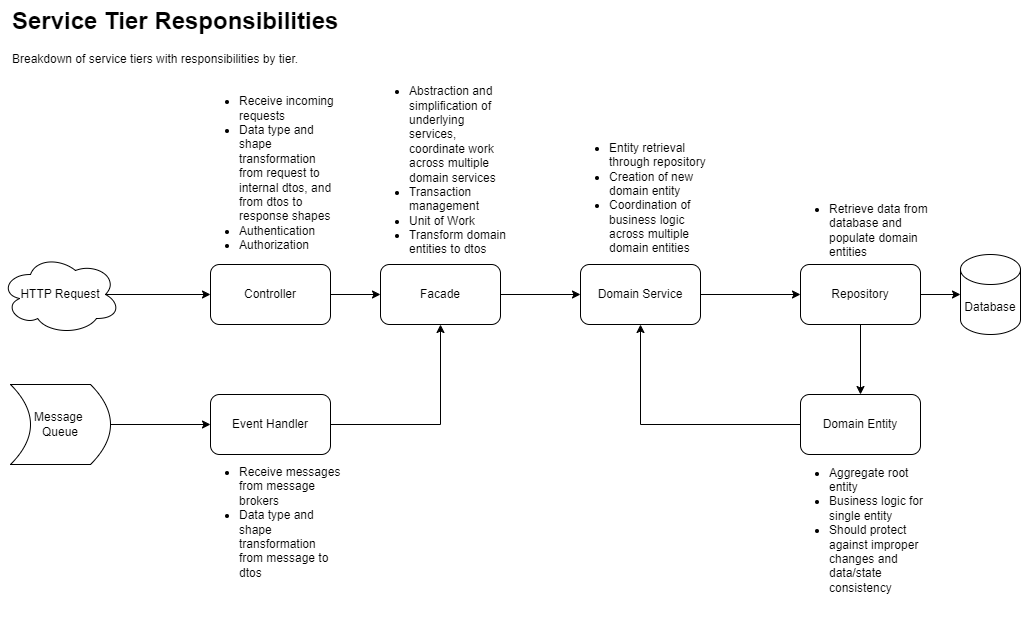
cortside/drawio keeps this draw.io diagram as Untitled Diagram.drawio.png. Above is the earlier version. Source tidied: cells renumbered, new cells last; positions are measured from the earlier drawing's top-left corner, leaving out a move shared by most shapes.
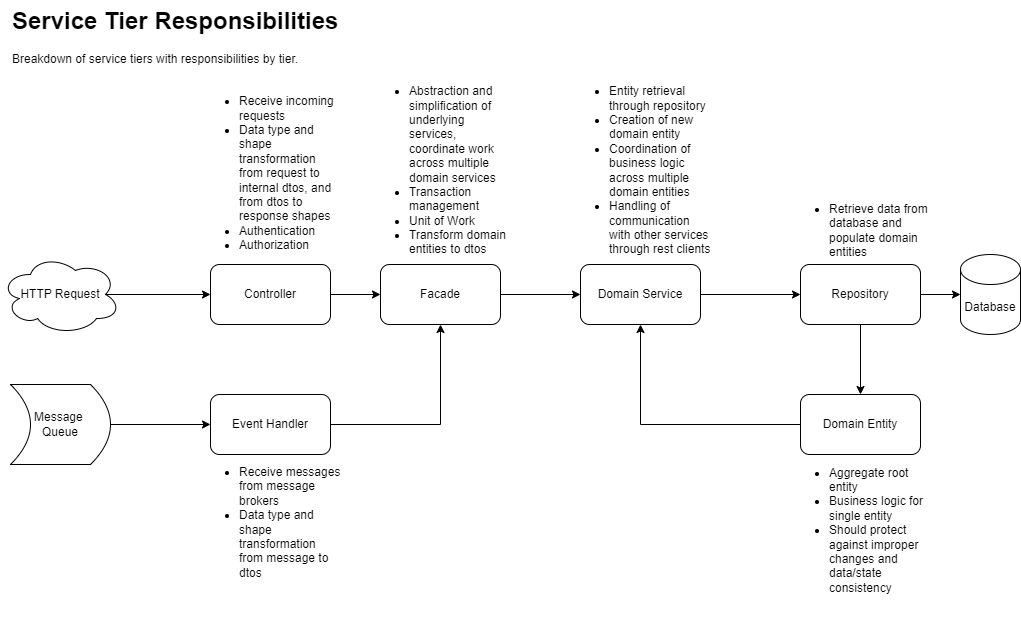
Later version of the same file.

Change to the diagram source:
```diff
@@ -65,8 +65,8 @@
     <mxCell id="22" value="&lt;div style=&quot;text-align: left;&quot;&gt;&lt;ul&gt;&lt;li&gt;Abstraction and simplification of underlying services, coordinate work across multiple domain services&lt;/li&gt;&lt;li&gt;Transaction management&lt;/li&gt;&lt;li&gt;Unit of Work&lt;/li&gt;&lt;li&gt;Transform domain entities to dtos&lt;/li&gt;&lt;/ul&gt;&lt;/div&gt;" style="text;html=1;align=center;verticalAlign=middle;whiteSpace=wrap;rounded=0;" parent="1" vertex="1">
       <mxGeometry x="367.5" y="70" width="145" height="200" as="geometry" />
     </mxCell>
-    <mxCell id="23" value="&lt;div style=&quot;text-align: left;&quot;&gt;&lt;ul&gt;&lt;li&gt;&lt;span style=&quot;background-color: initial;&quot;&gt;Entity retrieval through repository&lt;/span&gt;&lt;/li&gt;&lt;li&gt;&lt;span style=&quot;background-color: initial;&quot;&gt;Creation of new domain entity&lt;/span&gt;&lt;br&gt;&lt;/li&gt;&lt;li&gt;&lt;span style=&quot;background-color: initial;&quot;&gt;Coordination of business logic across multiple domain entities&lt;/span&gt;&lt;/li&gt;&lt;/ul&gt;&lt;/div&gt;&lt;div&gt;&lt;div&gt;&lt;br&gt;&lt;/div&gt;&lt;/div&gt;" style="text;html=1;align=center;verticalAlign=middle;whiteSpace=wrap;rounded=0;" parent="1" vertex="1">
-      <mxGeometry x="567.5" y="140" width="145" height="130" as="geometry" />
+    <mxCell id="23" value="&lt;div style=&quot;text-align: left;&quot;&gt;&lt;ul&gt;&lt;li&gt;&lt;span style=&quot;background-color: initial;&quot;&gt;Entity retrieval through repository&lt;/span&gt;&lt;/li&gt;&lt;li&gt;&lt;span style=&quot;background-color: initial;&quot;&gt;Creation of new domain entity&lt;/span&gt;&lt;br&gt;&lt;/li&gt;&lt;li&gt;&lt;span style=&quot;background-color: initial;&quot;&gt;Coordination of business logic across multiple domain entities&lt;/span&gt;&lt;/li&gt;&lt;li&gt;&lt;span style=&quot;background-color: initial;&quot;&gt;Handling of communication with other services&amp;nbsp; through rest clients&lt;/span&gt;&lt;/li&gt;&lt;/ul&gt;&lt;/div&gt;" style="text;html=1;align=center;verticalAlign=middle;whiteSpace=wrap;rounded=0;" parent="1" vertex="1">
+      <mxGeometry x="567.5" y="70" width="145" height="200" as="geometry" />
     </mxCell>
     <mxCell id="24" value="&lt;div style=&quot;text-align: left;&quot;&gt;&lt;ul&gt;&lt;li&gt;Retrieve data from database and populate domain entities&lt;/li&gt;&lt;/ul&gt;&lt;/div&gt;" style="text;html=1;align=center;verticalAlign=middle;whiteSpace=wrap;rounded=0;" parent="1" vertex="1">
       <mxGeometry x="787.5" y="190" width="145" height="80" as="geometry" />
```
